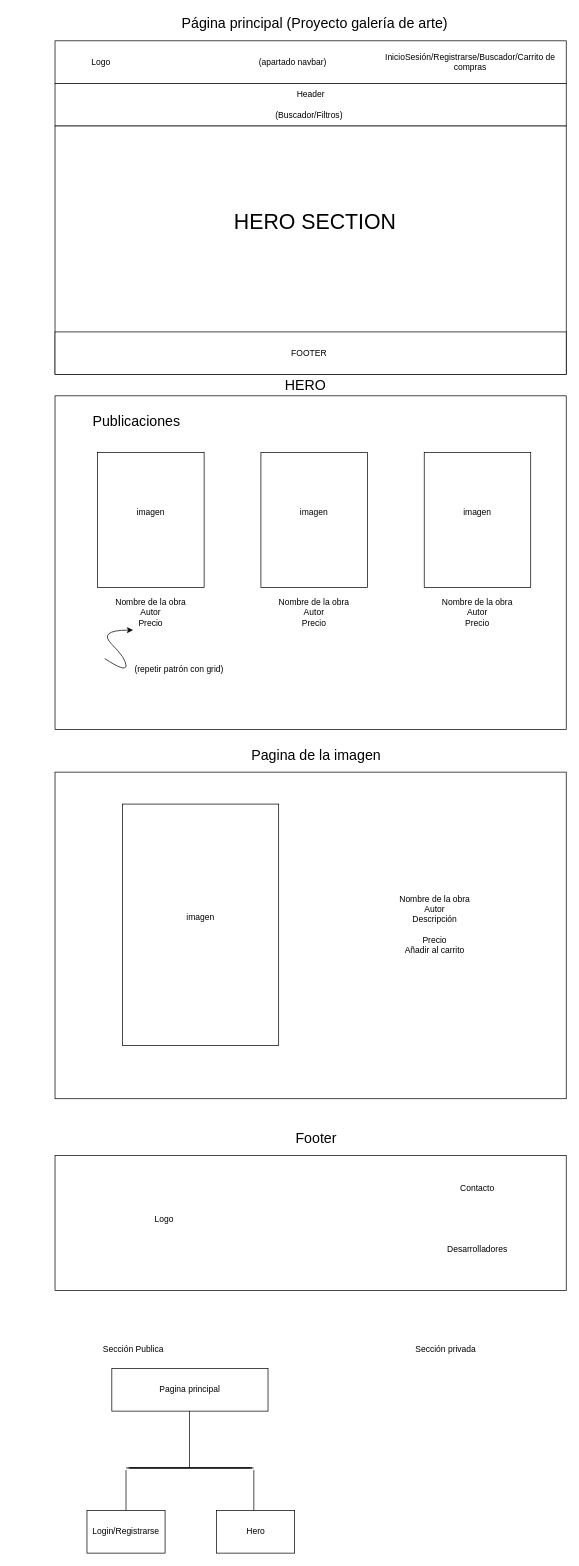
Earlier version of the draw.io diagram maqueta.drawio (JoacoZun/AnimacionesCSS). Source tidied: cells renumbered, new cells numbered last; positions are measured from the earlier drawing's top-left corner, leaving out a move shared by most shapes. Both pictures are drawn from the tidied source at 71%, with x=0, y=0 at pixel (12, 12).
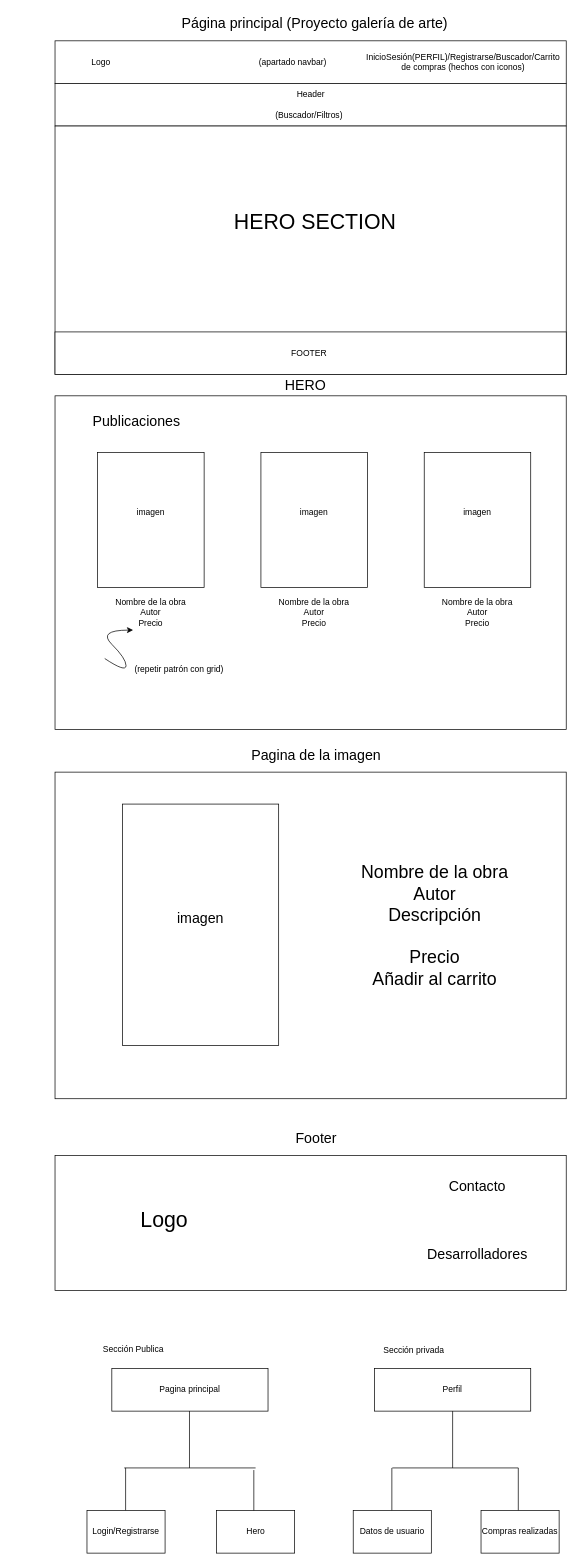
The same diagram, later.

Diff of the diagram source:
```diff
@@
-    <mxCell id="5" value="InicioSesión/Registrarse/Buscador/Carrito de compras" style="text;html=1;align=center;verticalAlign=middle;whiteSpace=wrap;rounded=0;" parent="1" vertex="1">
-      <mxGeometry x="520" y="55" width="250" height="30" as="geometry" />
+    <mxCell id="5" value="InicioSesión(PERFIL)/Registrarse/Buscador/Carrito de compras (hechos con iconos)" style="text;html=1;align=center;verticalAlign=middle;whiteSpace=wrap;rounded=0;" parent="1" vertex="1">
+      <mxGeometry x="510" y="55" width="250" height="30" as="geometry" />
     </mxCell>
@@
-    <mxCell id="31" value="Nombre de la obra&lt;br&gt;Autor&lt;div&gt;Descripción&lt;/div&gt;&lt;div&gt;&lt;br&gt;Precio&lt;/div&gt;&lt;div&gt;Añadir al carrito&lt;/div&gt;" style="text;html=1;align=center;verticalAlign=middle;whiteSpace=wrap;rounded=0;" parent="1" vertex="1">
+    <mxCell id="31" value="Nombre de la obra&lt;br&gt;Autor&lt;div&gt;Descripción&lt;/div&gt;&lt;div&gt;&lt;br&gt;Precio&lt;/div&gt;&lt;div&gt;Añadir al carrito&lt;/div&gt;" style="text;html=1;align=center;verticalAlign=middle;whiteSpace=wrap;rounded=0;fontSize=25;" parent="1" vertex="1">
       <mxGeometry x="470" y="1180" width="250" height="210" as="geometry" />
     </mxCell>
-    <mxCell id="32" value="imagen" style="text;html=1;align=center;verticalAlign=middle;whiteSpace=wrap;rounded=0;" parent="1" vertex="1">
+    <mxCell id="32" value="imagen" style="text;html=1;align=center;verticalAlign=middle;whiteSpace=wrap;rounded=0;fontSize=20;" parent="1" vertex="1">
       <mxGeometry x="140" y="1260" width="250" height="30" as="geometry" />
     </mxCell>
@@
-    <mxCell id="35" value="Logo" style="text;html=1;align=center;verticalAlign=middle;whiteSpace=wrap;rounded=0;" parent="1" vertex="1">
+    <mxCell id="35" value="Logo" style="text;html=1;align=center;verticalAlign=middle;whiteSpace=wrap;rounded=0;fontSize=30;" parent="1" vertex="1">
       <mxGeometry x="50" y="1650" width="327.5" height="100" as="geometry" />
     </mxCell>
-    <mxCell id="36" value="Contacto&lt;div&gt;&lt;br&gt;&lt;/div&gt;&lt;div&gt;&lt;br&gt;&lt;/div&gt;&lt;div&gt;&lt;br&gt;&lt;/div&gt;&lt;div&gt;&lt;br&gt;&lt;/div&gt;&lt;div&gt;&lt;br&gt;&lt;/div&gt;&lt;div&gt;Desarrolladores&lt;/div&gt;" style="text;html=1;align=center;verticalAlign=middle;whiteSpace=wrap;rounded=0;" parent="1" vertex="1">
+    <mxCell id="36" value="Contacto&lt;div&gt;&lt;br&gt;&lt;/div&gt;&lt;div&gt;&lt;br&gt;&lt;/div&gt;&lt;div&gt;&lt;br&gt;&lt;/div&gt;&lt;div&gt;Desarrolladores&lt;/div&gt;" style="text;html=1;align=center;verticalAlign=middle;whiteSpace=wrap;rounded=0;fontSize=20;" parent="1" vertex="1">
       <mxGeometry x="530" y="1685" width="250" height="30" as="geometry" />
     </mxCell>
@@
-    <mxCell id="39" style="endArrow=none;html=1;rounded=0;" parent="1" edge="1">
-      <mxGeometry relative="1" as="geometry">
-        <mxPoint x="165" y="2050" as="sourcePoint" />
-        <mxPoint x="335" y="2050" as="targetPoint" />
-      </mxGeometry>
-    </mxCell>
@@
-    <mxCell id="41" style="endArrow=none;html=1;rounded=0;" parent="1" edge="1">
-      <mxGeometry relative="1" as="geometry">
-        <mxPoint x="165" y="2050" as="sourcePoint" />
-        <mxPoint x="340" y="2050" as="targetPoint" />
-      </mxGeometry>
-    </mxCell>
     <mxCell id="42" style="endArrow=none;html=1;rounded=0;" parent="1" edge="1">
       <mxGeometry relative="1" as="geometry">
-        <mxPoint x="160" y="2113" as="sourcePoint" />
-        <mxPoint x="160" y="2053" as="targetPoint" />
+        <mxPoint x="159.4" y="2110" as="sourcePoint" />
+        <mxPoint x="159.4" y="2050" as="targetPoint" />
       </mxGeometry>
     </mxCell>
     <mxCell id="43" style="endArrow=none;html=1;rounded=0;" parent="1" edge="1">
       <mxGeometry relative="1" as="geometry">
-        <mxPoint x="162.5" y="2050" as="sourcePoint" />
-        <mxPoint x="337.5" y="2050" as="targetPoint" />
+        <mxPoint x="157.5" y="2050" as="sourcePoint" />
+        <mxPoint x="342.5" y="2050" as="targetPoint" />
       </mxGeometry>
     </mxCell>
-    <mxCell id="44" style="endArrow=none;html=1;rounded=0;" parent="1" edge="1">
-      <mxGeometry relative="1" as="geometry">
-        <mxPoint x="160" y="2050" as="sourcePoint" />
-        <mxPoint x="337.5" y="2050" as="targetPoint" />
-      </mxGeometry>
-    </mxCell>
@@
     <mxCell id="48" value="Sección privada" style="text;html=1;align=center;verticalAlign=middle;strokeColor=none;fillColor=none;" parent="1" vertex="1">
-      <mxGeometry x="555" y="1868" width="110" height="30" as="geometry" />
+      <mxGeometry x="510" y="1870" width="110" height="30" as="geometry" />
     </mxCell>
+    <mxCell id="49" value="Perfil" style="rounded=0;whiteSpace=wrap;html=1;" parent="1" vertex="1">
+      <mxGeometry x="510" y="1910" width="220" height="60" as="geometry" />
+    </mxCell>
+    <mxCell id="50" style="endArrow=none;html=1;rounded=0;" parent="1" edge="1">
+      <mxGeometry relative="1" as="geometry">
+        <mxPoint x="620" y="2050" as="sourcePoint" />
+        <mxPoint x="620" y="1970" as="targetPoint" />
+      </mxGeometry>
+    </mxCell>
+    <mxCell id="51" style="endArrow=none;html=1;rounded=0;" parent="1" edge="1">
+      <mxGeometry relative="1" as="geometry">
+        <mxPoint x="535" y="2050" as="sourcePoint" />
+        <mxPoint x="712.5" y="2050" as="targetPoint" />
+      </mxGeometry>
+    </mxCell>
+    <mxCell id="52" style="endArrow=none;html=1;rounded=0;" parent="1" edge="1">
+      <mxGeometry relative="1" as="geometry">
+        <mxPoint x="534.4" y="2110" as="sourcePoint" />
+        <mxPoint x="534.4" y="2050" as="targetPoint" />
+      </mxGeometry>
+    </mxCell>
+    <mxCell id="53" style="endArrow=none;html=1;rounded=0;" parent="1" edge="1">
+      <mxGeometry relative="1" as="geometry">
+        <mxPoint x="712.5" y="2110" as="sourcePoint" />
+        <mxPoint x="712.5" y="2050" as="targetPoint" />
+      </mxGeometry>
+    </mxCell>
+    <mxCell id="54" value="Datos de usuario" style="rounded=0;whiteSpace=wrap;html=1;" parent="1" vertex="1">
+      <mxGeometry x="480" y="2110" width="110" height="60" as="geometry" />
+    </mxCell>
+    <mxCell id="55" value="Compras realizadas" style="rounded=0;whiteSpace=wrap;html=1;" parent="1" vertex="1">
+      <mxGeometry x="660" y="2110" width="110" height="60" as="geometry" />
+    </mxCell>
```
